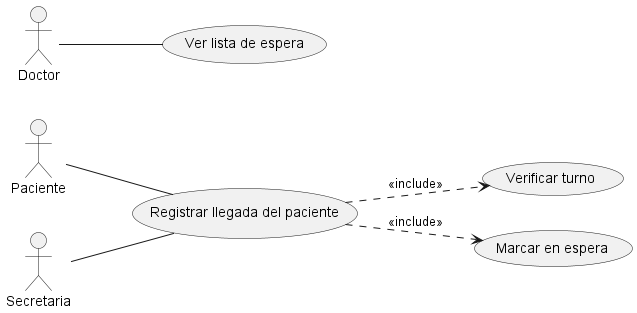
Earlier version of the PlantUML export diagramas/02-casos-de-uso/02-caso-uso-registrar-llegada-03/02-caso-uso-registrar-llegada-03.png (FacundoGuiraldes/SistemaTurnosMedicos).
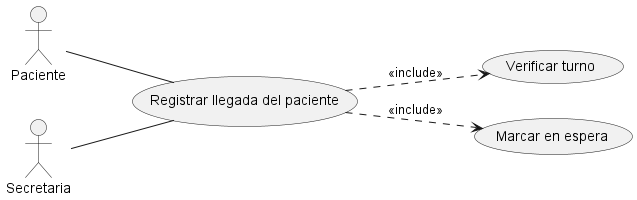
After the change.

Commit message:
fix: retiro CU aislado Ver lista de espera de CU03 enfocando el diagrama

Change to the diagram source:
```diff
@@ -3,16 +3,13 @@
 
 actor Paciente
 actor Secretaria
-actor Doctor
 
 usecase "Registrar llegada del paciente" as UC1
 usecase "Verificar turno" as UC2
 usecase "Marcar en espera" as UC3
-usecase "Ver lista de espera" as UC4
 
 Paciente -- UC1
 Secretaria -- UC1
-Doctor -- UC4
 
 UC1 ..> UC2 : <<include>>
 UC1 ..> UC3 : <<include>>
```
